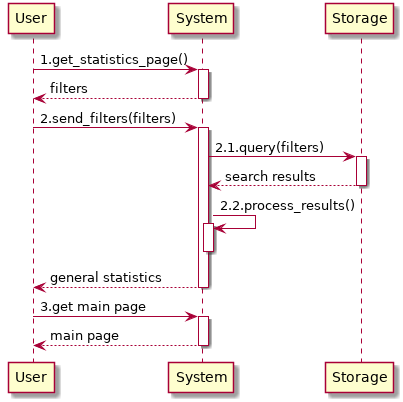
GiorgioUghini/SafeStreets keeps this PlantUML diagram as RASD/images/useCases/general_statistics.png. Above is the earlier version. Source of this version:
```plantuml
@startuml general_statistics
    participant User as U
    participant System as S
    participant Storage as ST

    autoactivate on

    U -> S: 1.get_statistics_page()
    return filters
    U -> S: 2.send_filters(filters)
    S -> ST: 2.1.query(filters)
    return search results
    S -> S: 2.2.process_results()
    deactivate S
    return general statistics
    U -> S: 3.get main page
    return main page
@enduml
```
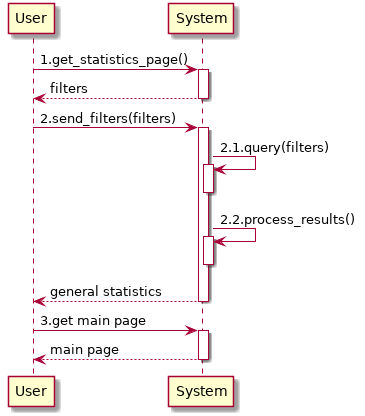
After the commit.

What changed in the source:
```diff
@@ -1,15 +1,14 @@
 @startuml general_statistics
     participant User as U
     participant System as S
-    participant Storage as ST
 
     autoactivate on
 
     U -> S: 1.get_statistics_page()
     return filters
     U -> S: 2.send_filters(filters)
-    S -> ST: 2.1.query(filters)
-    return search results
+    S -> S: 2.1.query(filters)
+    deactivate S
     S -> S: 2.2.process_results()
     deactivate S
     return general statistics
```
